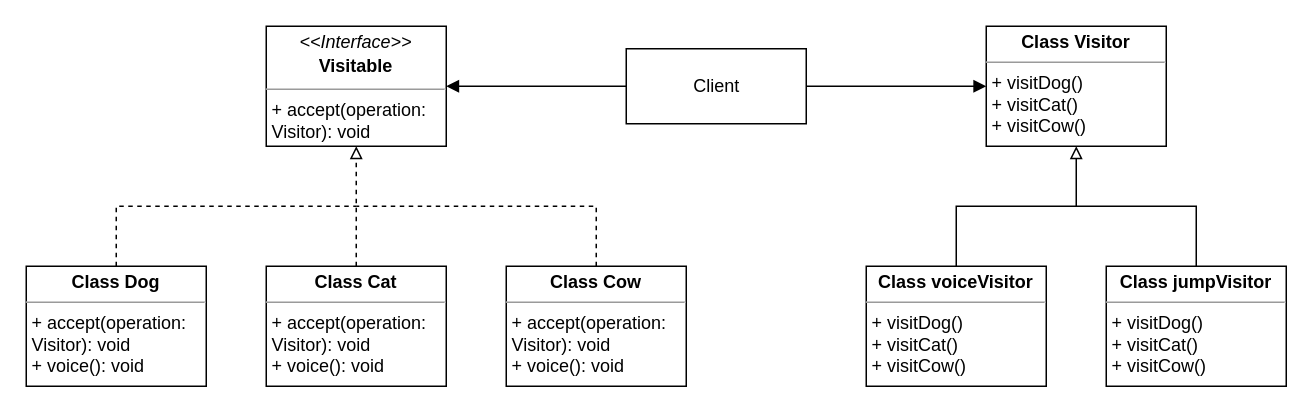
Above: page "visitor" (10 of 10) of Behavioral/Diagrams/BehavioralDiagrams.drawio in vladbashkov/Patterns (draw.io), before the change. Source tidied: cells renumbered, new cells numbered last; positions are measured from the earlier drawing's top-left corner, leaving out a move shared by most shapes. Both pictures are drawn from the tidied source at 150%, with x=0, y=0 at pixel (26, 26).
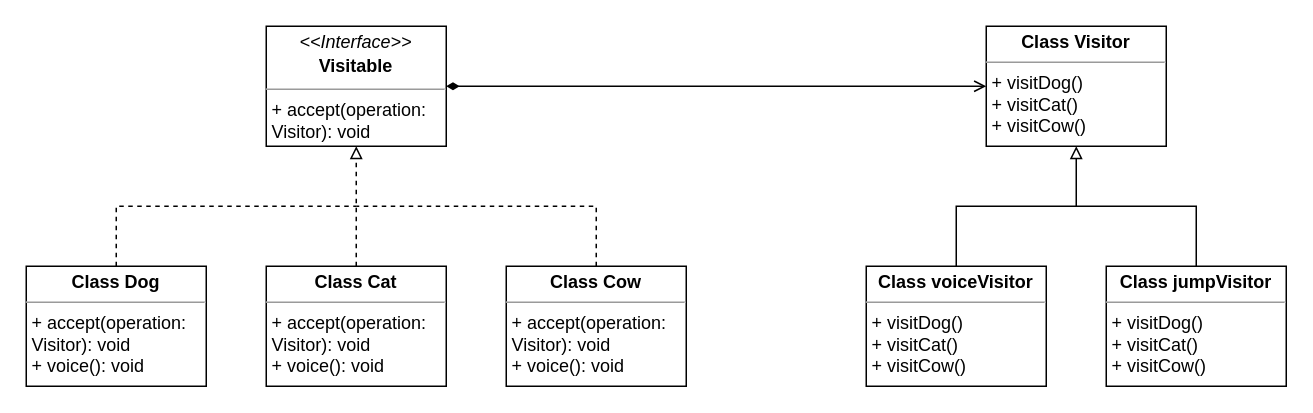
After the change.

The change refers to these unchanged cells:
```xml
<mxCell id="2" value="&lt;p style=&quot;margin: 0px ; margin-top: 4px ; text-align: center&quot;&gt;&lt;i&gt;&amp;lt;&amp;lt;Interface&amp;gt;&amp;gt;&lt;/i&gt;&lt;br&gt;&lt;/p&gt;&lt;div style=&quot;text-align: center ; line-height: 18px&quot;&gt;&lt;b&gt;Visitable&lt;/b&gt;&lt;/div&gt;&lt;hr size=&quot;1&quot;&gt;&lt;p style=&quot;margin: 0px ; margin-left: 4px&quot;&gt;&lt;span&gt;+ accept(operation: Visitor): void&lt;/span&gt;&lt;br&gt;&lt;/p&gt;" style="verticalAlign=top;align=left;overflow=fill;fontSize=12;fontFamily=Helvetica;html=1;labelBackgroundColor=none;fontColor=#000000;whiteSpace=wrap;" parent="1" vertex="1">
  <mxGeometry x="160" width="120" height="80" as="geometry" />
</mxCell>
<mxCell id="9" value="&lt;p style=&quot;margin: 0px ; margin-top: 4px ; text-align: center&quot;&gt;&lt;b&gt;Class Visitor&lt;/b&gt;&lt;/p&gt;&lt;hr size=&quot;1&quot;&gt;&lt;p style=&quot;margin: 0px ; margin-left: 4px&quot;&gt;+&amp;nbsp;visitDog()&lt;/p&gt;&lt;p style=&quot;margin: 0px ; margin-left: 4px&quot;&gt;+&amp;nbsp;visitCat()&lt;/p&gt;&lt;p style=&quot;margin: 0px ; margin-left: 4px&quot;&gt;+&amp;nbsp;visitCow()&lt;/p&gt;" style="verticalAlign=top;align=left;overflow=fill;fontSize=12;fontFamily=Helvetica;html=1;labelBackgroundColor=none;fontColor=#000000;" parent="1" vertex="1">
  <mxGeometry x="640" width="120" height="80" as="geometry" />
</mxCell>
```

What changed in the source:
```diff
@@
-    <mxCell id="14" style="edgeStyle=orthogonalEdgeStyle;rounded=0;jettySize=auto;html=1;exitX=1;exitY=0.5;exitDx=0;exitDy=0;entryX=0;entryY=0.5;entryDx=0;entryDy=0;fontFamily=Helvetica;fontColor=#000000;endArrow=block;endFill=1;" parent="1" edge="1" source="16" target="9">
-      <mxGeometry relative="1" as="geometry" />
-    </mxCell>
-    <mxCell id="15" style="edgeStyle=orthogonalEdgeStyle;rounded=0;jettySize=auto;html=1;exitX=0;exitY=0.5;exitDx=0;exitDy=0;entryX=1;entryY=0.5;entryDx=0;entryDy=0;fontFamily=Helvetica;fontColor=#000000;endArrow=block;endFill=1;" parent="1" edge="1" source="16" target="2">
+    <mxCell id="15" style="edgeStyle=orthogonalEdgeStyle;rounded=0;jettySize=auto;html=1;exitX=0;exitY=0.5;exitDx=0;exitDy=0;entryX=1;entryY=0.5;entryDx=0;entryDy=0;fontFamily=Helvetica;fontColor=#000000;endArrow=diamondThin;endFill=1;startArrow=open;startFill=0;" parent="1" edge="1" source="9" target="2">
       <mxGeometry relative="1" as="geometry" />
     </mxCell>
-    <mxCell id="16" value="Client" style="html=1;labelBackgroundColor=none;fontFamily=Helvetica;fontColor=#000000;" parent="1" vertex="1">
-      <mxGeometry x="400" y="15" width="120" height="50" as="geometry" />
-    </mxCell>
```
